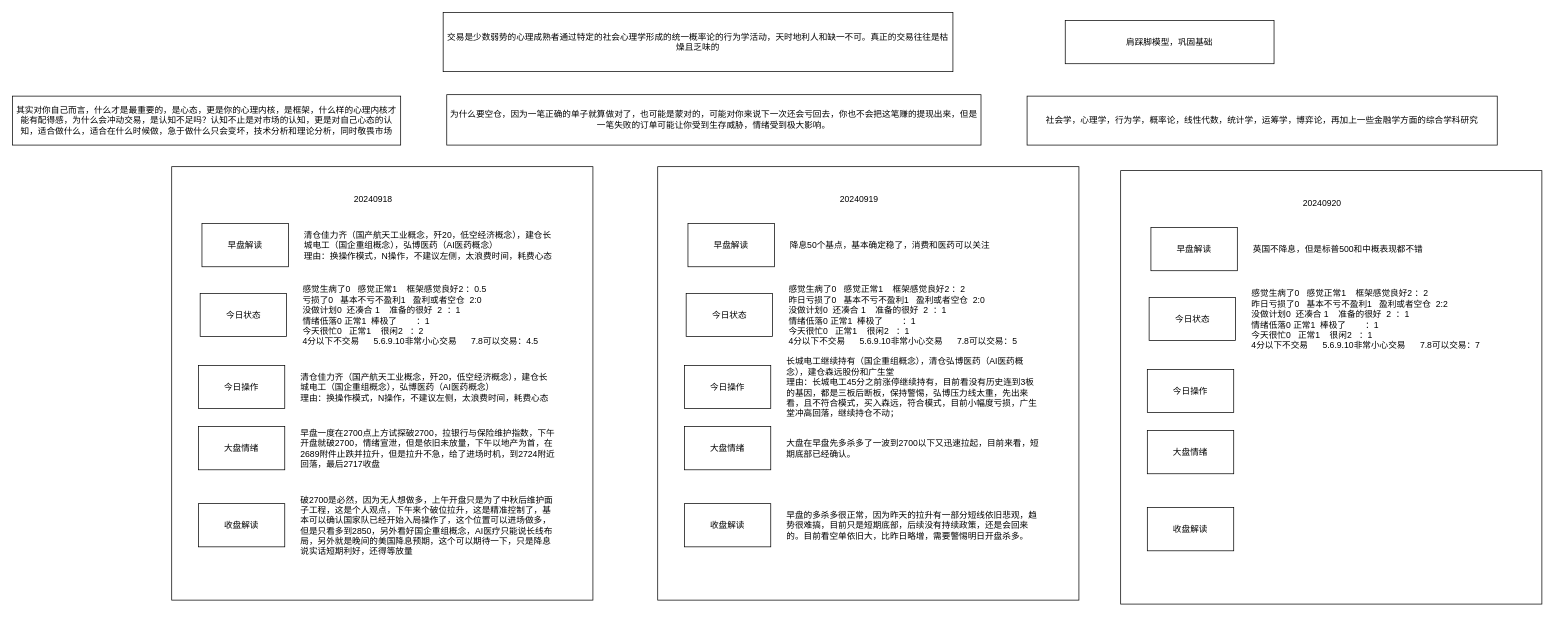
Above: 日志.drawio in chiti-liu/my_design (draw.io), before the change. Source tidied: cells renumbered, new cells numbered last; positions are measured from the earlier drawing's top-left corner, leaving out a move shared by most shapes. Both pictures are drawn from the tidied source at 72%, with x=0, y=0 at pixel (12, 12).
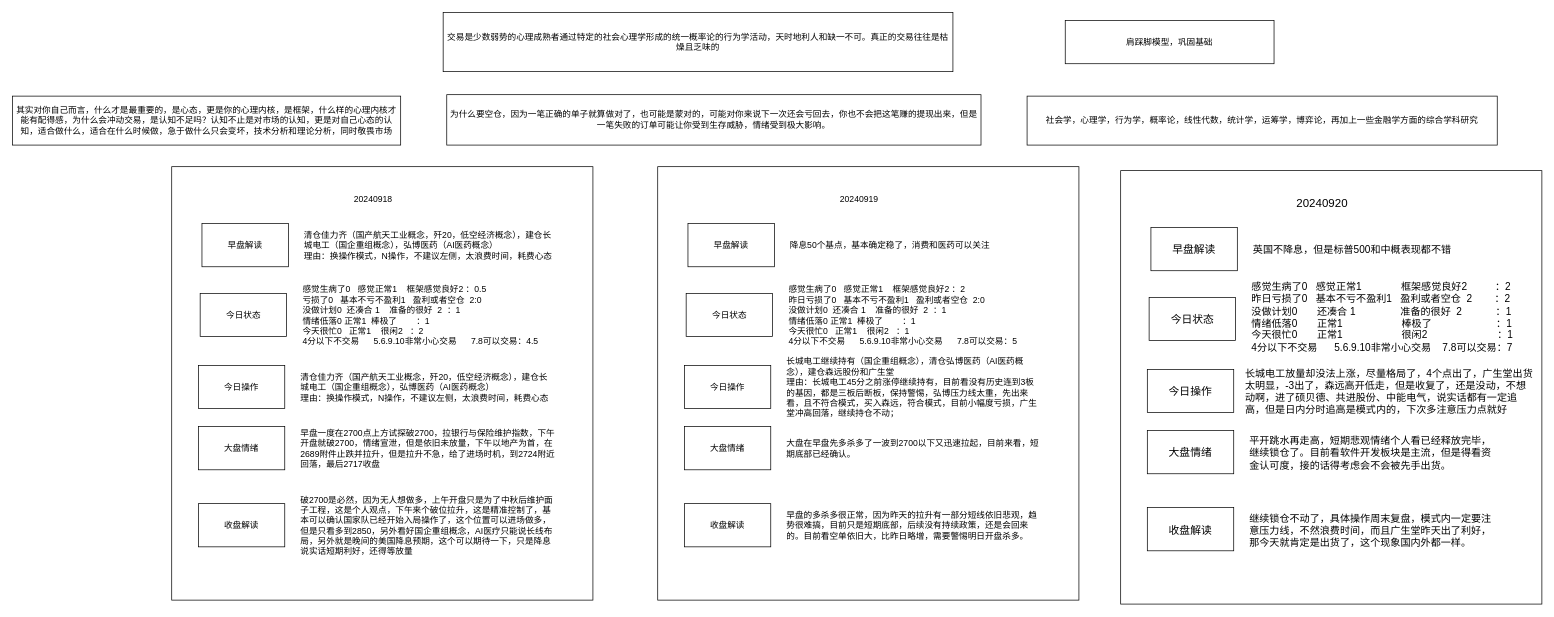
The same page after the edit.

The change refers to these unchanged cells:
```xml
<mxCell id="45" style="group;" parent="1" vertex="1">
  <mxGeometry x="1576" y="580.5" width="495.5" height="61" as="geometry" />
</mxCell>
<mxCell id="47" style="group;" parent="1" vertex="1">
  <mxGeometry x="1581" y="298.5" width="495.5" height="61" as="geometry" />
</mxCell>
```

Diff of the diagram source:
```diff
@@
-    <mxCell id="42" value="20240920" style="text;html=1;align=center;verticalAlign=middle;whiteSpace=wrap;rounded=0;" parent="1" vertex="1">
+    <mxCell id="42" value="&lt;font style=&quot;font-size: 16px;&quot;&gt;20240920&lt;/font&gt;" style="text;html=1;align=center;verticalAlign=middle;whiteSpace=wrap;rounded=0;" parent="1" vertex="1">
       <mxGeometry x="1564" y="238.5" width="510" height="52" as="geometry" />
     </mxCell>
     <mxCell id="43" style="group;" parent="1" vertex="1">
-      <mxGeometry x="1576" y="495.5" width="495.5" height="61" as="geometry" />
+      <mxGeometry x="1576" y="495.5" width="542" height="71" as="geometry" />
     </mxCell>
-    <mxCell id="44" value="今日操作" style="rounded=0;whiteSpace=wrap;html=1;" parent="43" vertex="1">
+    <mxCell id="44" value="&lt;font style=&quot;font-size: 15px;&quot;&gt;今日操作&lt;/font&gt;" style="rounded=0;whiteSpace=wrap;html=1;" parent="43" vertex="1">
       <mxGeometry width="120" height="60" as="geometry" />
     </mxCell>
+    <mxCell id="55" value="&lt;font style=&quot;font-size: 14px;&quot;&gt;长城电工放量却没法上涨，尽量格局了，4个点出了，广生堂出货太明显，-3出了，森远高开低走，但是收复了，还是没动，不想动啊，进了硕贝德、共进股份、中能电气，说实话都有一定追高，但是日内分时追高是模式内的，下次多注意压力点就好&lt;/font&gt;" style="text;html=1;align=left;verticalAlign=middle;whiteSpace=wrap;rounded=0;" parent="43" vertex="1">
+      <mxGeometry x="134" y="-3.6" width="406" height="67.2" as="geometry" />
+    </mxCell>
@@
-    <mxCell id="46" value="大盘情绪" style="rounded=0;whiteSpace=wrap;html=1;" parent="45" vertex="1">
+    <mxCell id="46" value="&lt;font style=&quot;font-size: 15px;&quot;&gt;大盘情绪&lt;/font&gt;" style="rounded=0;whiteSpace=wrap;html=1;" parent="45" vertex="1">
       <mxGeometry width="120" height="60" as="geometry" />
     </mxCell>
+    <mxCell id="56" value="&lt;font style=&quot;font-size: 14px;&quot;&gt;平开跳水再走高，短期悲观情绪个人看已经释放完毕，继续锁仓了。目前看软件开发板块是主流，但是得看资金认可度，接的话得考虑会不会被先手出货。&lt;/font&gt;" style="text;html=1;align=left;verticalAlign=middle;whiteSpace=wrap;rounded=0;" parent="45" vertex="1">
+      <mxGeometry x="140" y="6.5" width="349" height="49.5" as="geometry" />
+    </mxCell>
@@
-    <mxCell id="48" value="英国不降息，但是标普500和中概表现都不错" style="text;html=1;align=left;verticalAlign=middle;whiteSpace=wrap;rounded=0;" parent="47" vertex="1">
+    <mxCell id="48" value="&lt;font style=&quot;font-size: 14px;&quot;&gt;英国不降息，但是标普500和中概表现都不错&lt;/font&gt;" style="text;html=1;align=left;verticalAlign=middle;whiteSpace=wrap;rounded=0;" parent="47" vertex="1">
       <mxGeometry x="140" width="355.5" height="61" as="geometry" />
     </mxCell>
-    <mxCell id="49" value="早盘解读" style="rounded=0;whiteSpace=wrap;html=1;" parent="47" vertex="1">
+    <mxCell id="49" value="&lt;font style=&quot;font-size: 15px;&quot;&gt;早盘解读&lt;/font&gt;" style="rounded=0;whiteSpace=wrap;html=1;" parent="47" vertex="1">
       <mxGeometry width="120" height="60" as="geometry" />
     </mxCell>
-    <mxCell id="50" style="group;" parent="1" vertex="1">
+    <mxCell id="50" style="group;align=left;" parent="1" vertex="1">
       <mxGeometry x="1576" y="687.5" width="495.5" height="61" as="geometry" />
     </mxCell>
-    <mxCell id="51" value="收盘解读" style="rounded=0;whiteSpace=wrap;html=1;" parent="50" vertex="1">
+    <mxCell id="51" value="&lt;font style=&quot;font-size: 15px;&quot;&gt;收盘解读&lt;/font&gt;" style="rounded=0;whiteSpace=wrap;html=1;" parent="50" vertex="1">
       <mxGeometry width="120" height="60" as="geometry" />
     </mxCell>
+    <mxCell id="57" value="&lt;font style=&quot;font-size: 14px;&quot;&gt;继续锁仓不动了，具体操作周末复盘，模式内一定要注意压力线，不然浪费时间，而且广生堂昨天出了利好，那今天就肯定是出货了，这个现象国内外都一样。&lt;/font&gt;" style="text;html=1;align=left;verticalAlign=middle;whiteSpace=wrap;rounded=0;" parent="50" vertex="1">
+      <mxGeometry x="140" y="7.5" width="347" height="49.5" as="geometry" />
+    </mxCell>
     <mxCell id="52" style="group;" parent="1" vertex="1">
-      <mxGeometry x="1578.5" y="395.5" width="495.5" height="61" as="geometry" />
+      <mxGeometry x="1578.5" y="395.5" width="528" height="61" as="geometry" />
     </mxCell>
-    <mxCell id="53" value="感觉生病了0&amp;nbsp; &amp;nbsp;感觉正常1&amp;nbsp; &amp;nbsp; 框架感觉良好2 ：2&lt;br&gt;昨日亏损了0&amp;nbsp; &amp;nbsp;基本不亏不盈利1&amp;nbsp; &amp;nbsp;盈利或者空仓&amp;nbsp; 2:2&lt;br&gt;没做计划0&amp;nbsp; 还凑合 1&amp;nbsp; &amp;nbsp; 准备的很好&amp;nbsp; 2&amp;nbsp; ：1&lt;br&gt;情绪低落0 正常1&amp;nbsp; 棒极了&amp;nbsp; &amp;nbsp; &amp;nbsp; &amp;nbsp; ：1&lt;br&gt;今天很忙0&amp;nbsp; &amp;nbsp;正常1&amp;nbsp; &amp;nbsp; 很闲2&amp;nbsp; &amp;nbsp;：1&lt;br&gt;4分以下不交易&amp;nbsp; &amp;nbsp; &amp;nbsp; 5.6.9.10非常小心交易&amp;nbsp; &amp;nbsp; &amp;nbsp; 7.8可以交易：7" style="text;html=1;align=left;verticalAlign=middle;whiteSpace=wrap;rounded=0;" parent="52" vertex="1">
-      <mxGeometry x="140" width="355.5" height="61" as="geometry" />
+    <mxCell id="53" value="&lt;font style=&quot;font-size: 14px;&quot;&gt;感觉生病了0&amp;nbsp; &amp;nbsp;感觉正常1&amp;nbsp; &amp;nbsp; &amp;nbsp; &amp;nbsp; &amp;nbsp; &amp;nbsp; &amp;nbsp; 框架感觉良好2&amp;nbsp; &amp;nbsp; &amp;nbsp; &amp;nbsp; &amp;nbsp; ：2&lt;br&gt;昨日亏损了0&amp;nbsp; &amp;nbsp;基本不亏不盈利1&amp;nbsp; &amp;nbsp;盈利或者空仓&amp;nbsp; 2&amp;nbsp; &amp;nbsp; &amp;nbsp; &amp;nbsp; ：2&lt;br&gt;没做计划0&amp;nbsp; &amp;nbsp; &amp;nbsp; &amp;nbsp;还凑合 1&amp;nbsp; &amp;nbsp; &amp;nbsp; &amp;nbsp; &amp;nbsp; &amp;nbsp; &amp;nbsp; &amp;nbsp; 准备的很好&amp;nbsp; 2&amp;nbsp; &amp;nbsp; &amp;nbsp; &amp;nbsp; &amp;nbsp; &amp;nbsp; ：1&lt;br&gt;情绪低落0&amp;nbsp; &amp;nbsp; &amp;nbsp; &amp;nbsp;正常1&amp;nbsp; &amp;nbsp; &amp;nbsp; &amp;nbsp; &amp;nbsp; &amp;nbsp; &amp;nbsp; &amp;nbsp; &amp;nbsp; &amp;nbsp; &amp;nbsp;棒极了&amp;nbsp; &amp;nbsp; &amp;nbsp; &amp;nbsp; &amp;nbsp; &amp;nbsp; &amp;nbsp; &amp;nbsp; &amp;nbsp; &amp;nbsp; &amp;nbsp; &amp;nbsp;：1&lt;br&gt;今天很忙0&amp;nbsp; &amp;nbsp; &amp;nbsp; &amp;nbsp;正常1&amp;nbsp; &amp;nbsp; &amp;nbsp; &amp;nbsp; &amp;nbsp; &amp;nbsp; &amp;nbsp; &amp;nbsp; &amp;nbsp; &amp;nbsp; &amp;nbsp;很闲2&amp;nbsp; &amp;nbsp; &amp;nbsp; &amp;nbsp; &amp;nbsp; &amp;nbsp; &amp;nbsp; &amp;nbsp; &amp;nbsp; &amp;nbsp; &amp;nbsp; &amp;nbsp; &amp;nbsp;：1&lt;br&gt;4分以下不交易&amp;nbsp; &amp;nbsp; &amp;nbsp; 5.6.9.10非常小心交易&amp;nbsp; &amp;nbsp; 7.8可以交易：7&lt;/font&gt;" style="text;html=1;align=left;verticalAlign=middle;whiteSpace=wrap;rounded=0;" parent="52" vertex="1">
+      <mxGeometry x="140" y="-7" width="388" height="68" as="geometry" />
     </mxCell>
-    <mxCell id="54" value="今日状态" style="rounded=0;whiteSpace=wrap;html=1;" parent="52" vertex="1">
+    <mxCell id="54" value="&lt;font style=&quot;font-size: 15px;&quot;&gt;今日状态&lt;/font&gt;" style="rounded=0;whiteSpace=wrap;html=1;" parent="52" vertex="1">
       <mxGeometry width="120" height="60" as="geometry" />
     </mxCell>
```
